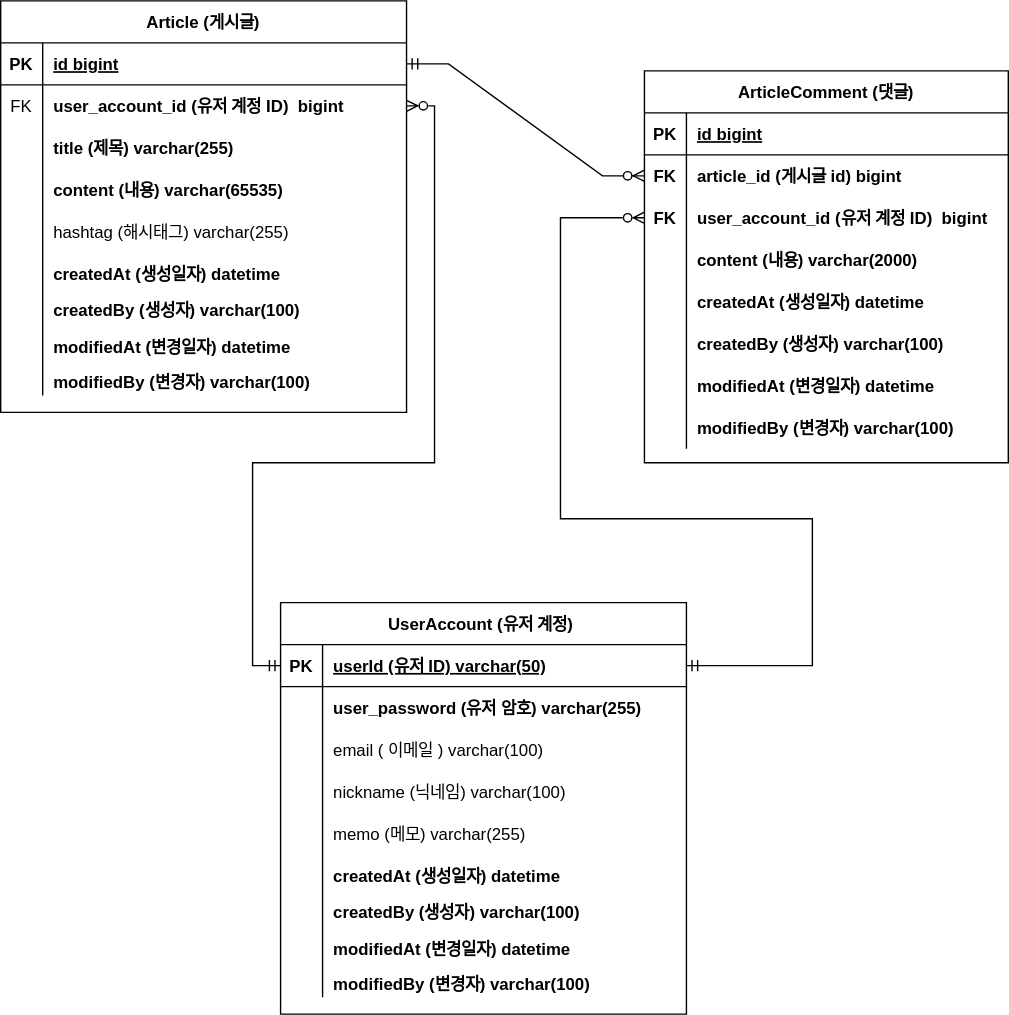
This is document/project-board-erd.svg from TwOneZero/fastcampus-project-board, a draw.io export, as it was before one commit. Source tidied: cells renumbered, new cells last; positions are measured from the earlier drawing's top-left corner, leaving out a move shared by most shapes.
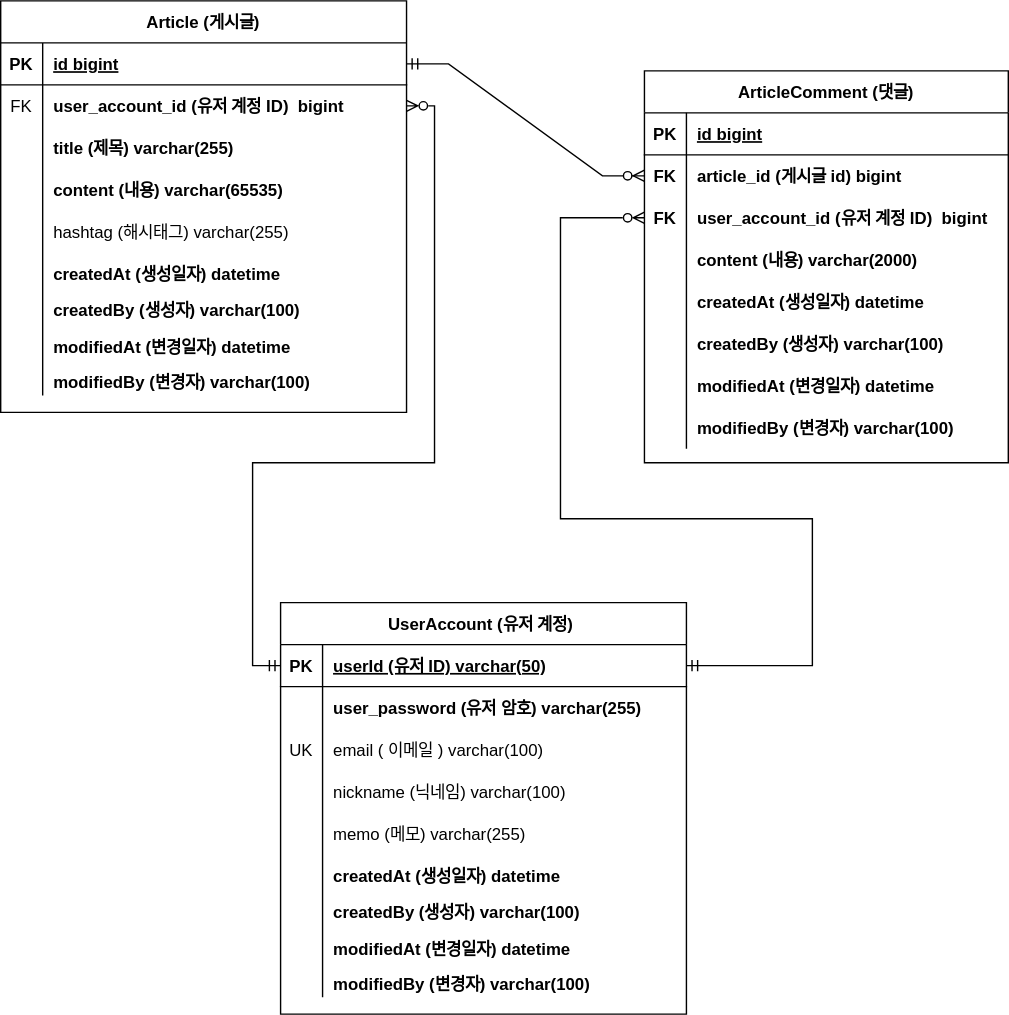
After the change.

Commit message:
#42 - user 테이블 삭제된 이메일 `unique key` 추가

The edit, as a diff of the source:
```diff
@@ -188,7 +188,7 @@
     <mxCell id="63" style="shape=partialRectangle;fillColor=none;top=0;left=0;right=0;bottom=0;" parent="56" vertex="1">
       <mxGeometry y="90" width="290" height="30" as="geometry" />
     </mxCell>
-    <mxCell id="64" style="shape=partialRectangle;overflow=hidden;fillColor=none;top=0;left=0;bottom=0;right=0;" parent="63" vertex="1">
+    <mxCell id="64" value="UK" style="shape=partialRectangle;overflow=hidden;fillColor=none;top=0;left=0;bottom=0;right=0;" parent="63" vertex="1">
       <mxGeometry width="30" height="30" as="geometry" />
     </mxCell>
     <mxCell id="65" value="email ( 이메일 ) varchar(100)" style="shape=partialRectangle;overflow=hidden;fillColor=none;top=0;left=0;bottom=0;right=0;align=left;spacingLeft=6;fontStyle=0;" parent="63" vertex="1">
```
